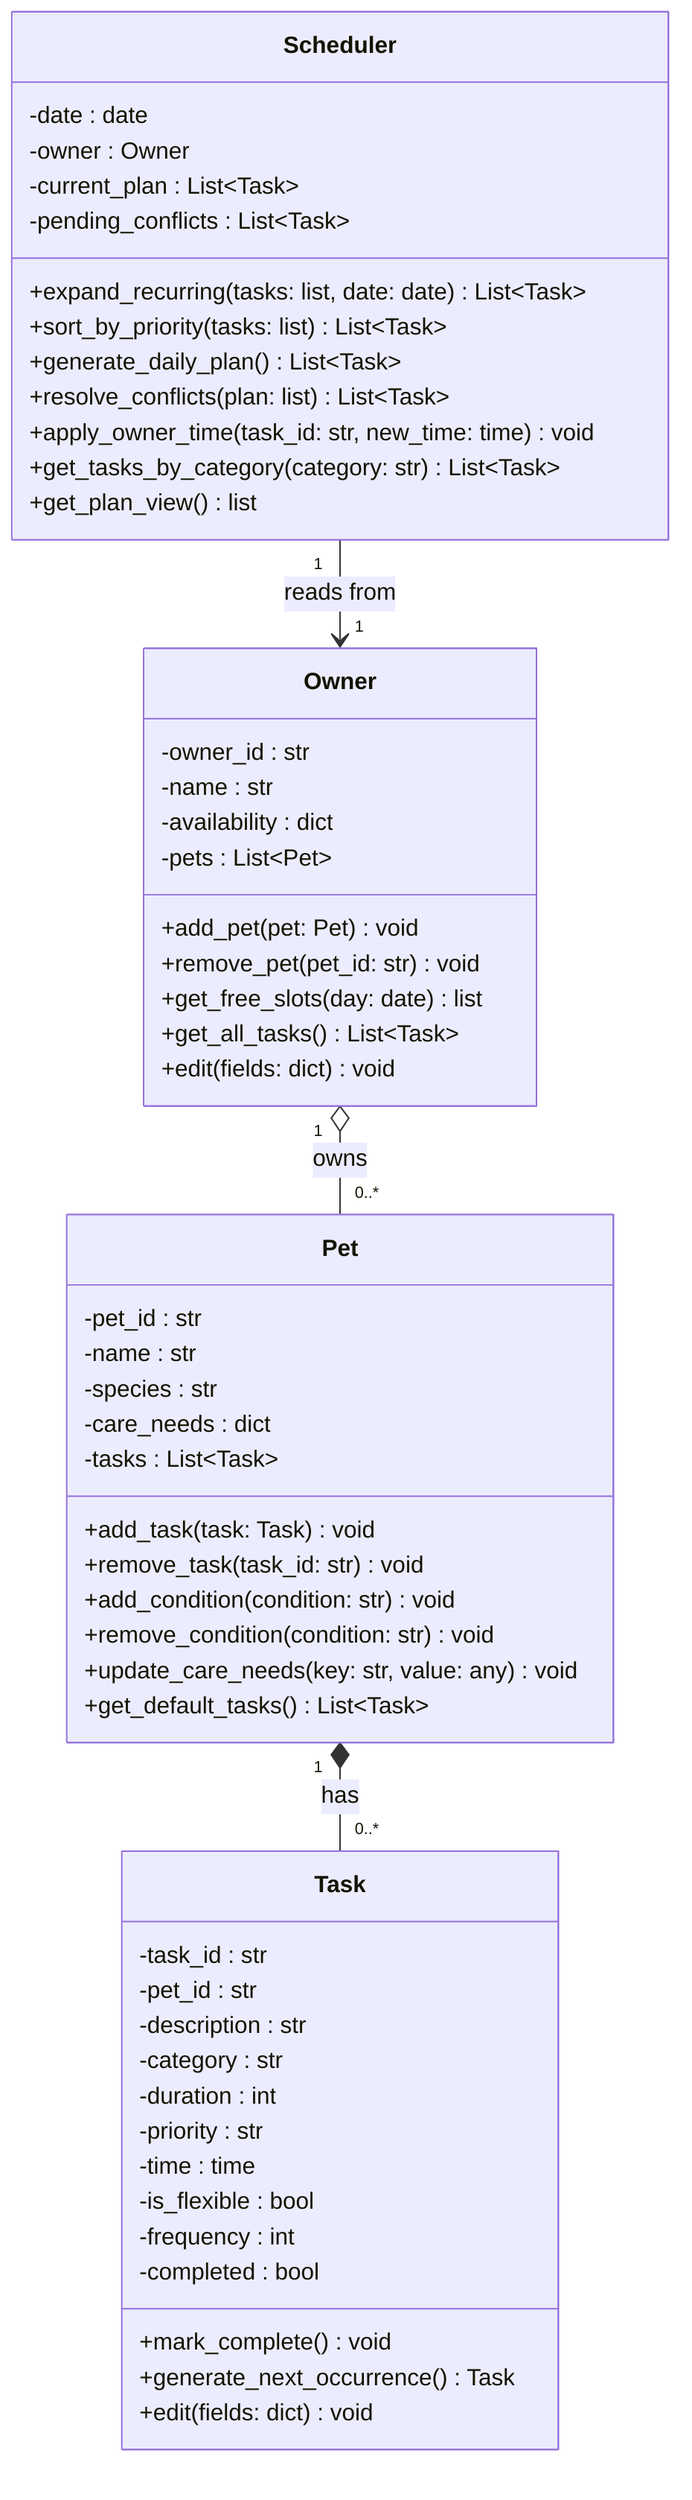
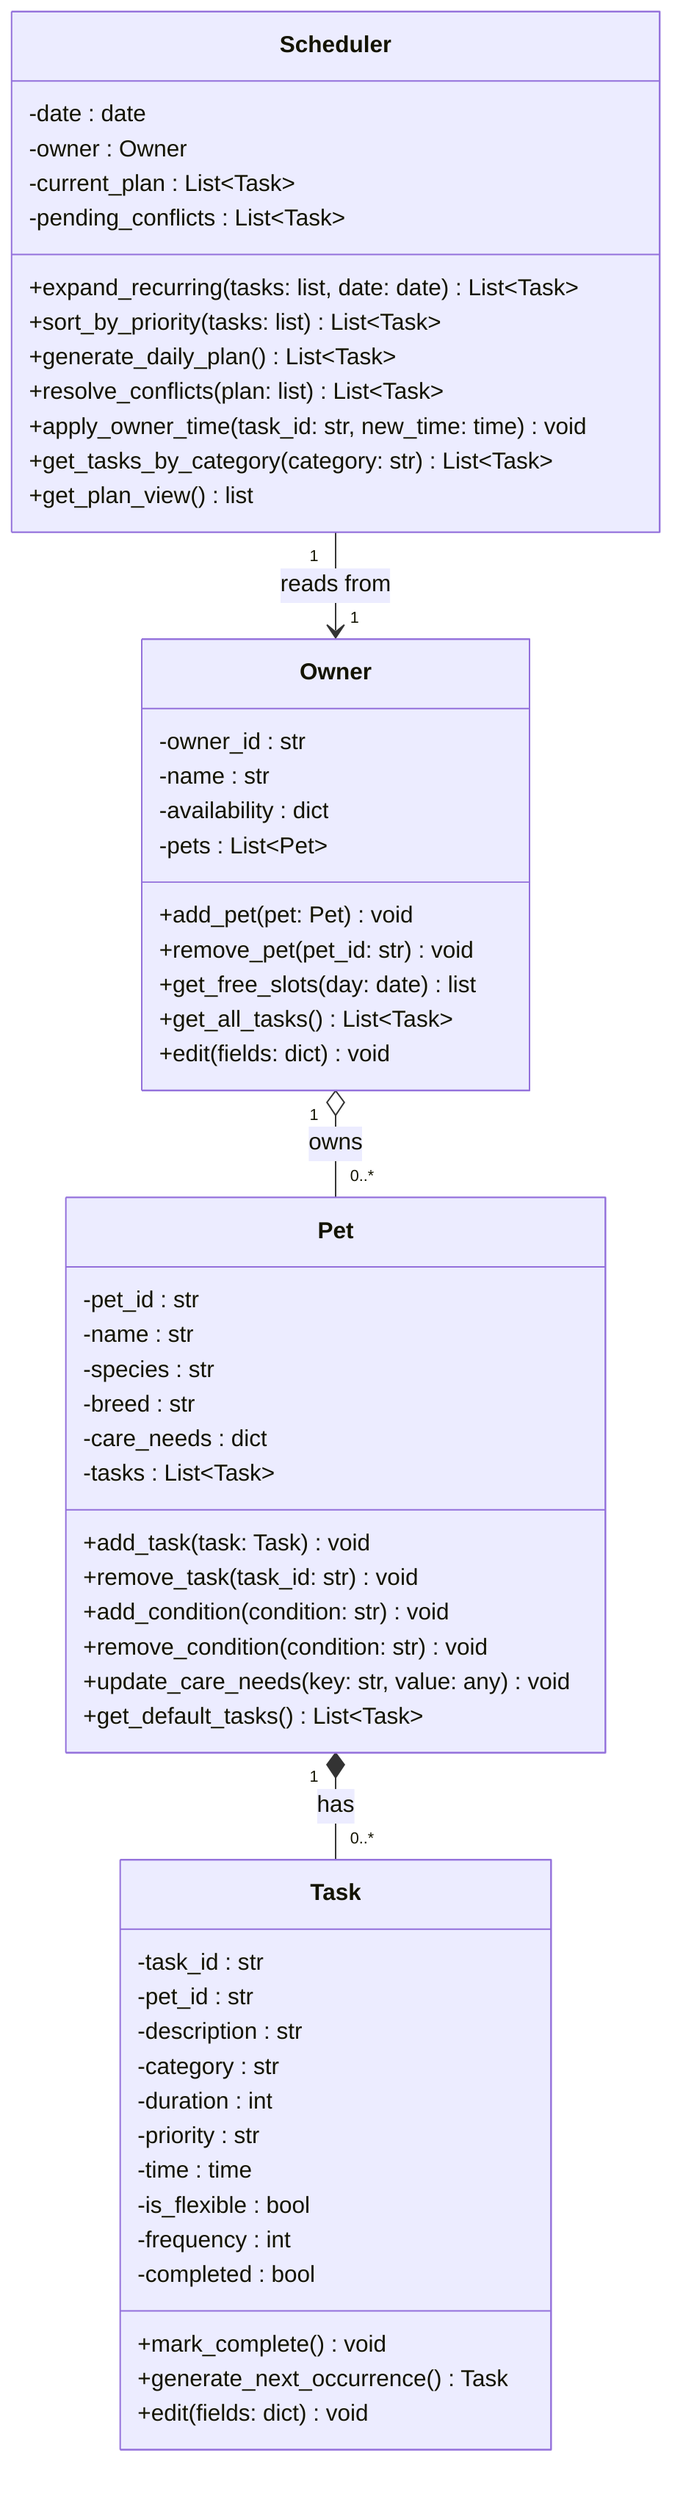
classDiagram
    class Owner {
        -owner_id : str
        -name : str
        -availability : dict
        -pets : List~Pet~
        +add_pet(pet: Pet) void
        +remove_pet(pet_id: str) void
        +get_free_slots(day: date) list
        +get_all_tasks() List~Task~
        +edit(fields: dict) void
    }

    class Pet {
        -pet_id : str
        -name : str
        -species : str
+         -breed : str
        -care_needs : dict
        -tasks : List~Task~
        +add_task(task: Task) void
        +remove_task(task_id: str) void
        +add_condition(condition: str) void
        +remove_condition(condition: str) void
        +update_care_needs(key: str, value: any) void
        +get_default_tasks() List~Task~
    }

    class Task {
        -task_id : str
        -pet_id : str
        -description : str
        -category : str
        -duration : int
        -priority : str
        -time : time
        -is_flexible : bool
        -frequency : int
        -completed : bool
        +mark_complete() void
        +generate_next_occurrence() Task
        +edit(fields: dict) void
    }

    class Scheduler {
        -date : date
        -owner : Owner
        -current_plan : List~Task~
        -pending_conflicts : List~Task~
        +expand_recurring(tasks: list, date: date) List~Task~
        +sort_by_priority(tasks: list) List~Task~
        +generate_daily_plan() List~Task~
        +resolve_conflicts(plan: list) List~Task~
        +apply_owner_time(task_id: str, new_time: time) void
        +get_tasks_by_category(category: str) List~Task~
        +get_plan_view() list
    }

    Owner "1" o-- "0..*" Pet : owns
    Pet "1" *-- "0..*" Task : has
    Scheduler "1" --> "1" Owner : reads from
